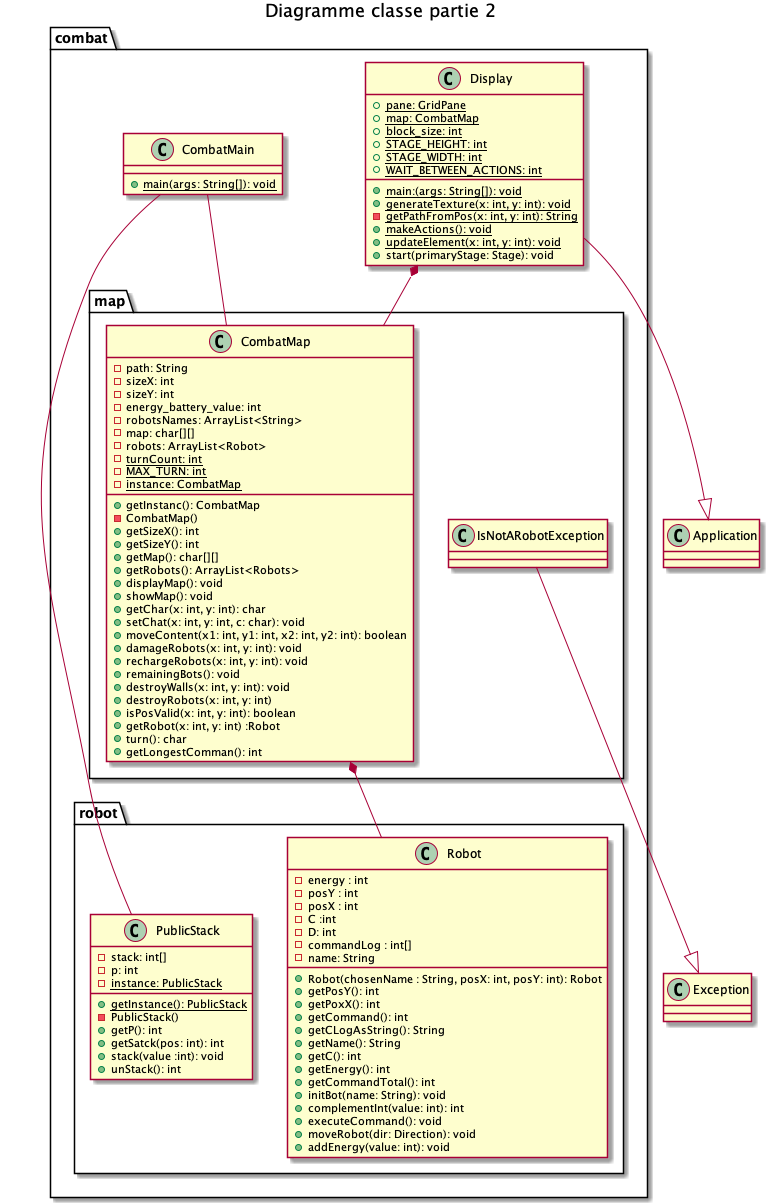
Above: files/uml/diagramClassPart2.png in AlphaBooy/Mars-Robot (PlantUML), before the change. Its diagram source:
```plantuml
@startuml diagramClassPart2
title Diagramme classe partie 2




package combat {
    package robot {
        class Robot
        class PublicStack
    }
    package map {
        class CombatMap
        class IsNotARobotException
    }
    class Display
    class CombatMain
}

class Robot {
    -energy : int
    -posY : int
    -posX : int
    - C :int
    -D: int
    -commandLog : int[]
    -name: String
    +Robot(chosenName : String, posX: int, posY: int): Robot
    +getPosY(): int
    +getPoxX(): int
    +getCommand(): int
    +getCLogAsString(): String
    +getName(): String
    +getC(): int
    +getEnergy(): int
    +getCommandTotal(): int
    +initBot(name: String): void
    +complementInt(value: int): int
    +executeCommand(): void
    +moveRobot(dir: Direction): void
    +addEnergy(value: int): void
}

class PublicStack {
    - stack: int[]
    -p: int
    - {static} instance: PublicStack
    + {static} getInstance(): PublicStack
    - PublicStack()
    +getP(): int
    +getSatck(pos: int): int
    +stack(value :int): void
    +unStack(): int
}

class CombatMap {
    -path: String
    -sizeX: int
    -sizeY: int
    -energy_battery_value: int
    -robotsNames: ArrayList<String>
    -map: char[][]
    -robots: ArrayList<Robot>
    - {static} turnCount: int
    -{static} MAX_TURN: int
    -{static} instance: CombatMap
    +getInstanc(): CombatMap
    -CombatMap()
    +getSizeX(): int
    +getSizeY(): int
    +getMap(): char[][]
    +getRobots(): ArrayList<Robots>
    +displayMap(): void
    +showMap(): void
    +getChar(x: int, y: int): char
    +setChat(x: int, y: int, c: char): void
    +moveContent(x1: int, y1: int, x2: int, y2: int): boolean
    +damageRobots(x: int, y: int): void
    +rechargeRobots(x: int, y: int): void
    +remainingBots(): void
    +destroyWalls(x: int, y: int): void
    +destroyRobots(x: int, y: int)
    +isPosValid(x: int, y: int): boolean
    +getRobot(x: int, y: int) :Robot
    +turn(): char
    +getLongestComman(): int
}

class Display {
    +{static} main:(args: String[]): void
    +{static} pane: GridPane
    +{static} map: CombatMap
    +{static} block_size: int
    +{static} STAGE_HEIGHT: int
    +{static} STAGE_WIDTH: int
    +{static} WAIT_BETWEEN_ACTIONS: int
    +{static} generateTexture(x: int, y: int): void
    - {static} getPathFromPos(x: int, y: int): String
    +{static} makeActions(): void
    +{static} updateElement(x: int, y: int): void
    +start(primaryStage: Stage): void
}

class CombatMain{
    +{static} main(args: String[]): void
}

Display --|> Application
IsNotARobotException --|> Exception
Display *-- CombatMap
CombatMap *-- Robot
CombatMain -- CombatMap
CombatMain -- PublicStack
@enduml
```
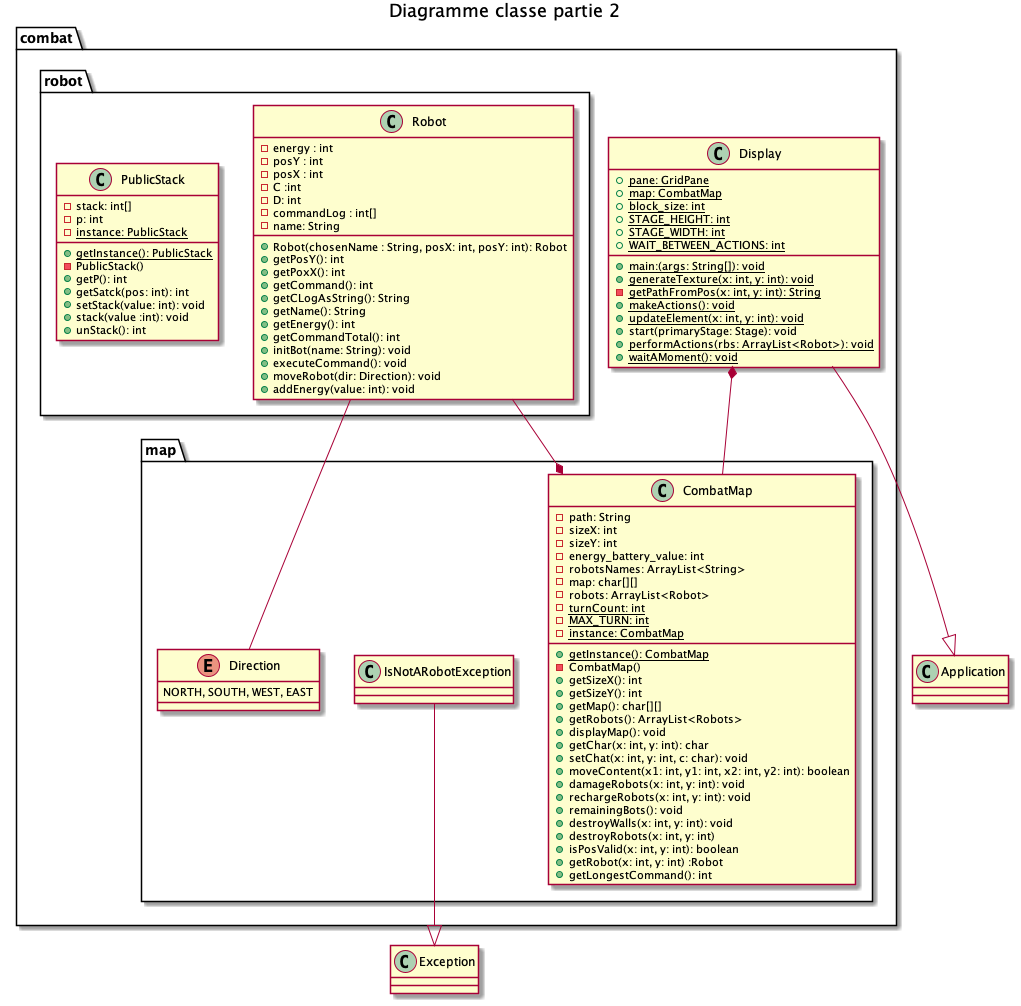
The same diagram one commit later.

Change to the diagram source:
```diff
@@ -12,9 +12,11 @@
     package map {
         class CombatMap
         class IsNotARobotException
+        enum Direction{
+            NORTH, SOUTH, WEST, EAST
+        }
     }
     class Display
-    class CombatMain
 }
 
 class Robot {
@@ -31,11 +33,9 @@
     +getCommand(): int
     +getCLogAsString(): String
     +getName(): String
-    +getC(): int
     +getEnergy(): int
     +getCommandTotal(): int
     +initBot(name: String): void
-    +complementInt(value: int): int
     +executeCommand(): void
     +moveRobot(dir: Direction): void
     +addEnergy(value: int): void
@@ -49,6 +49,7 @@
     - PublicStack()
     +getP(): int
     +getSatck(pos: int): int
+    +setStack(value: int): void
     +stack(value :int): void
     +unStack(): int
 }
@@ -64,14 +65,13 @@
     - {static} turnCount: int
     -{static} MAX_TURN: int
     -{static} instance: CombatMap
-    +getInstanc(): CombatMap
+    {static}+getInstance(): CombatMap
     -CombatMap()
     +getSizeX(): int
     +getSizeY(): int
     +getMap(): char[][]
     +getRobots(): ArrayList<Robots>
     +displayMap(): void
-    +showMap(): void
     +getChar(x: int, y: int): char
     +setChat(x: int, y: int, c: char): void
     +moveContent(x1: int, y1: int, x2: int, y2: int): boolean
@@ -82,8 +82,7 @@
     +destroyRobots(x: int, y: int)
     +isPosValid(x: int, y: int): boolean
     +getRobot(x: int, y: int) :Robot
-    +turn(): char
-    +getLongestComman(): int
+    +getLongestCommand(): int
 }
 
 class Display {
@@ -99,16 +98,17 @@
     +{static} makeActions(): void
     +{static} updateElement(x: int, y: int): void
     +start(primaryStage: Stage): void
+    +{static} performActions(rbs: ArrayList<Robot>): void
+    +{static} waitAMoment(): void
 }
 
-class CombatMain{
-    +{static} main(args: String[]): void
-}
+
 
 Display --|> Application
 IsNotARobotException --|> Exception
 Display *-- CombatMap
 CombatMap *-- Robot
-CombatMain -- CombatMap
-CombatMain -- PublicStack
+Robot -- Direction
+
+
 @enduml
```
